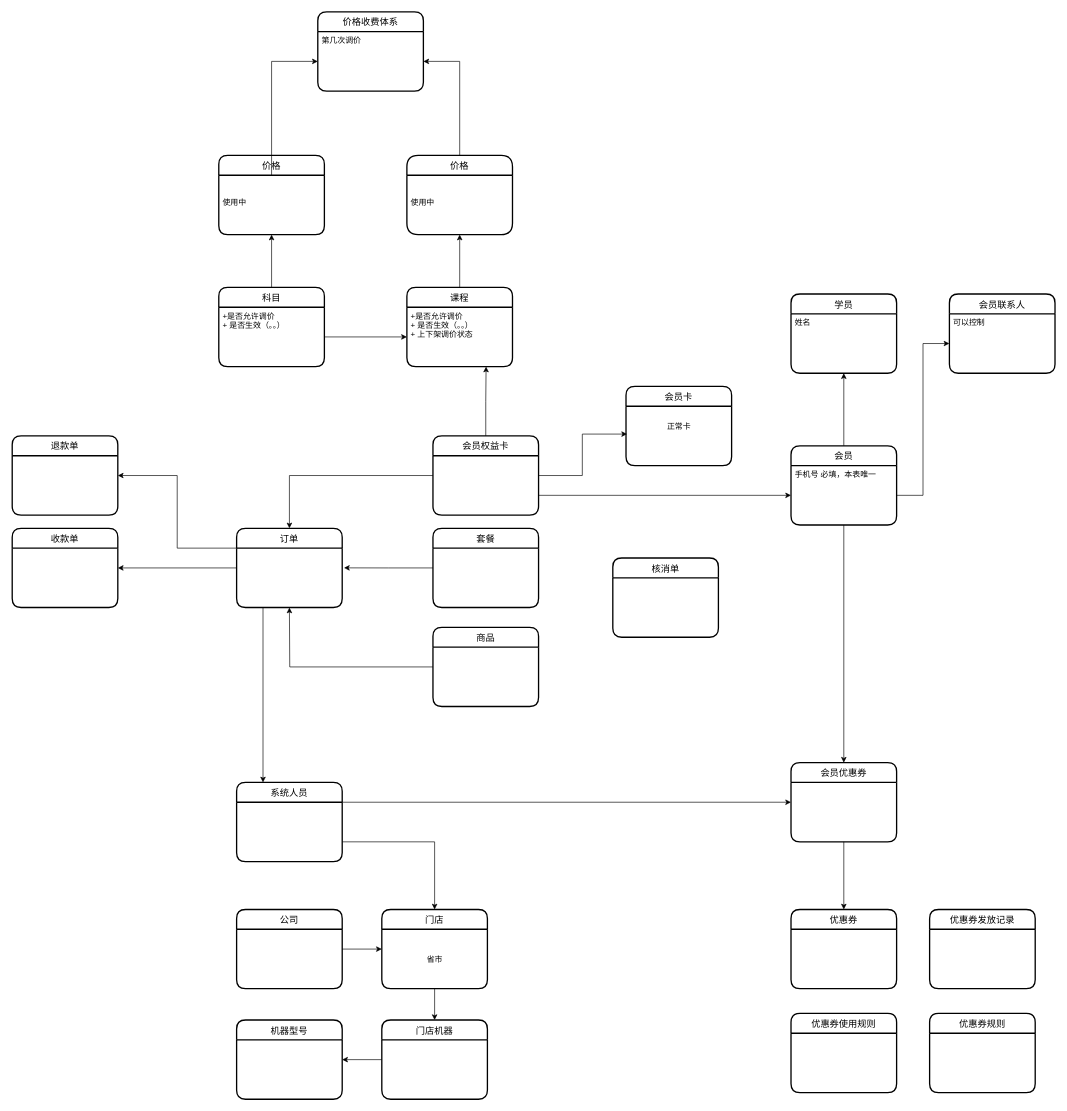
The draw.io diagram skinow-erp-entity-relationship.drawio in skinow/diagrams, before the edit. Source tidied: cells renumbered, new cells numbered last; positions are measured from the earlier drawing's top-left corner, leaving out a move shared by most shapes. Both pictures are drawn from the tidied source at 66%, with x=0, y=0 at pixel (12, 11).
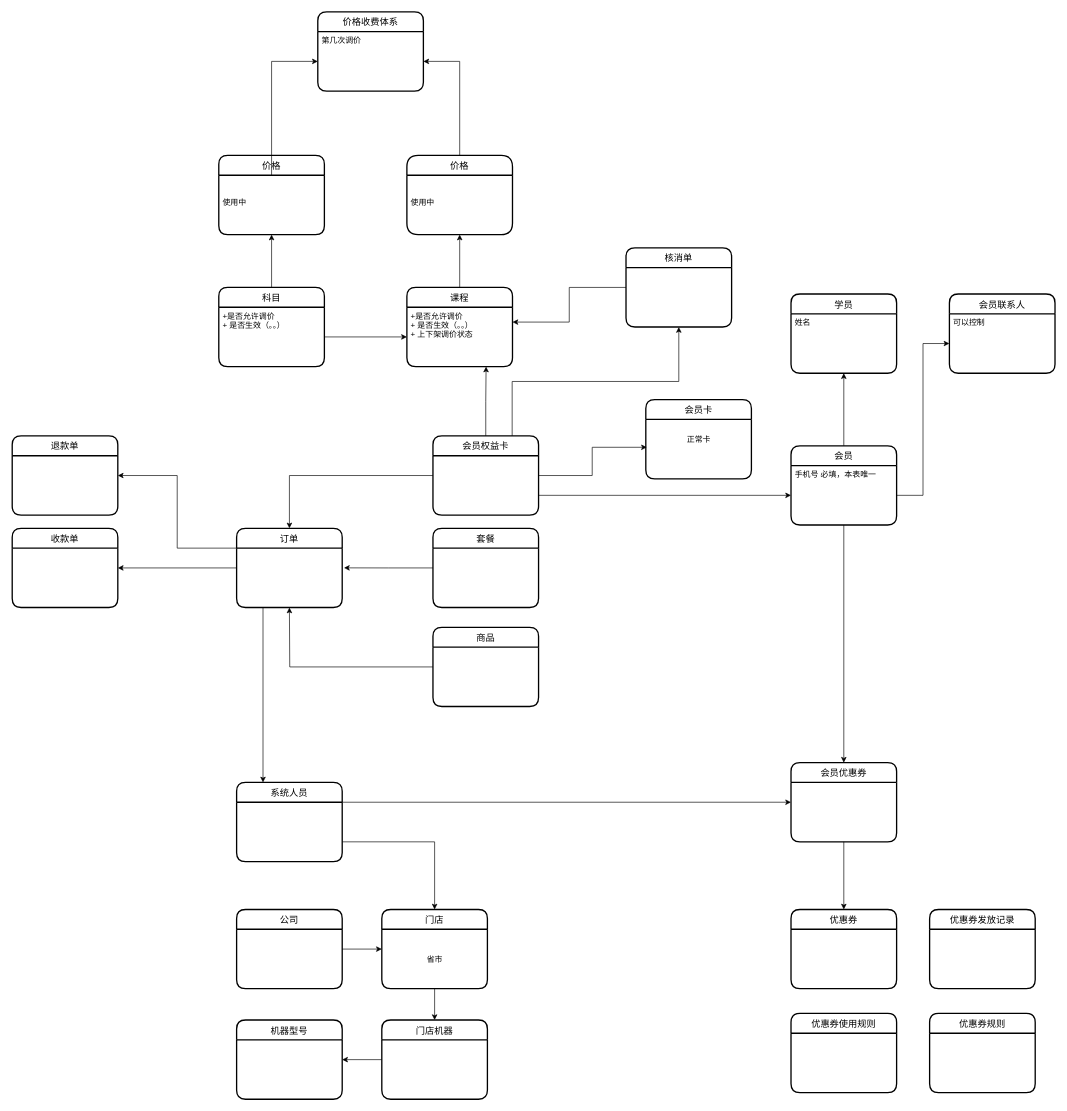
The same page after the edit.

Unchanged cells that the change refers to:
```xml
<mxCell id="7" value="+是否允许调价&#10;+ 是否生效（。。）&#10;+ 上下架调价状态" style="align=left;strokeColor=none;fillColor=none;spacingLeft=4;fontSize=12;verticalAlign=top;" parent="6" vertex="1">
  <mxGeometry y="30" width="160" height="90" as="geometry" />
</mxCell>
<mxCell id="52" value="会员权益卡" style="swimlane;horizontal=1;startSize=30;rounded=1;fontSize=14;fontStyle=0;strokeWidth=2;shadow=0;dashed=0;align=center;" parent="1" vertex="1">
  <mxGeometry x="637.5" y="643" width="160" height="120" as="geometry" />
</mxCell>
```

The edit, as a diff of the source:
```diff
@@
+    <mxCell id="61" style="edgeStyle=orthogonalEdgeStyle;rounded=0;jettySize=auto;html=1;exitX=0.75;exitY=0;exitDx=0;exitDy=0;entryX=0.5;entryY=1;entryDx=0;entryDy=0;" parent="1" edge="1" source="52" target="44">
+      <mxGeometry relative="1" as="geometry" />
+    </mxCell>
     <mxCell id="30" value="会员卡" style="swimlane;horizontal=1;startSize=30;rounded=1;fontSize=14;fontStyle=0;strokeWidth=2;shadow=0;dashed=0;align=center;" parent="1" vertex="1">
-      <mxGeometry x="930" y="568" width="160" height="120" as="geometry" />
+      <mxGeometry x="960" y="588" width="160" height="120" as="geometry" />
     </mxCell>
@@
+    <mxCell id="62" style="edgeStyle=orthogonalEdgeStyle;rounded=0;jettySize=auto;html=1;exitX=0;exitY=0.5;exitDx=0;exitDy=0;entryX=1;entryY=0.25;entryDx=0;entryDy=0;" parent="1" edge="1" source="44" target="7">
+      <mxGeometry relative="1" as="geometry" />
+    </mxCell>
     <mxCell id="44" value="核消单" style="swimlane;horizontal=1;startSize=30;rounded=1;fontSize=14;fontStyle=0;strokeWidth=2;shadow=0;dashed=0;align=center;" parent="1" vertex="1">
-      <mxGeometry x="910" y="828" width="160" height="120" as="geometry" />
+      <mxGeometry x="930" y="358" width="160" height="120" as="geometry" />
     </mxCell>
```
